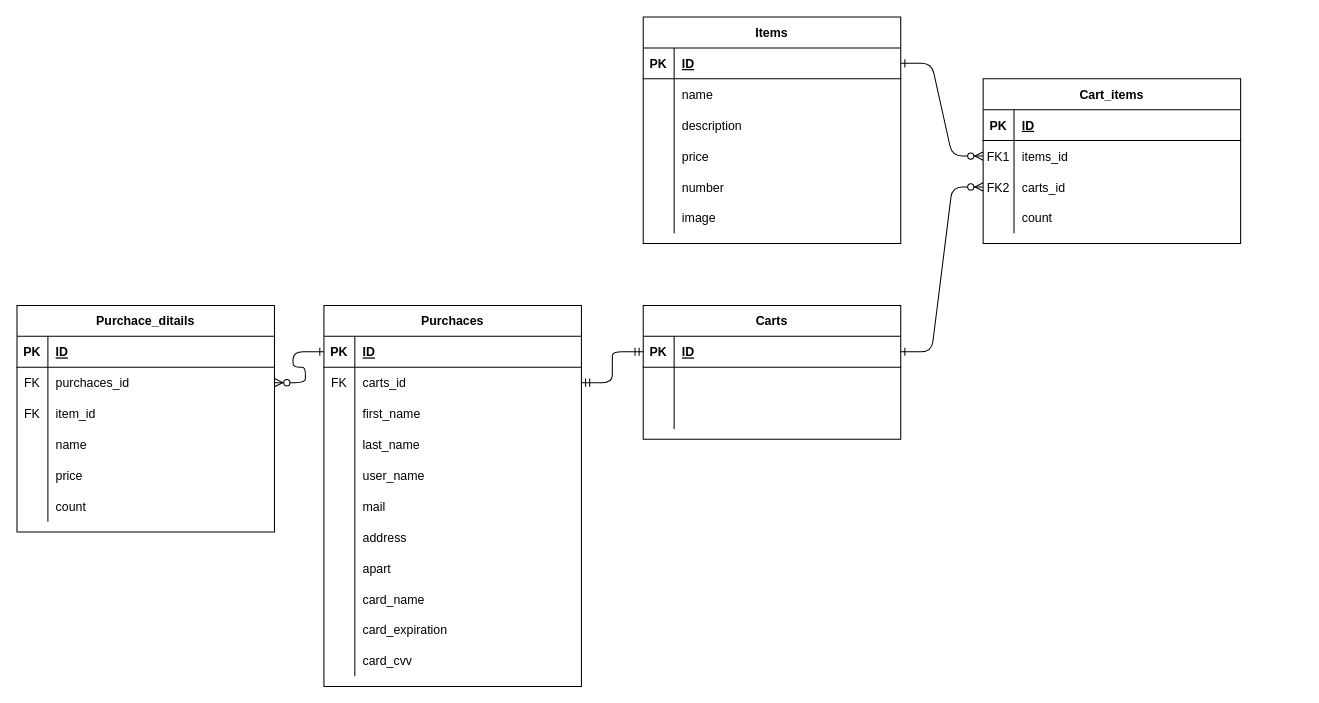
The draw.io diagram ECサイトER.drawio in hie3-336/rails_ec, before the edit. Source tidied: cells renumbered, new cells numbered last; positions are measured from the earlier drawing's top-left corner, leaving out a move shared by most shapes. Both pictures are drawn from the tidied source at 103%, with x=0, y=0 at pixel (16, 16).
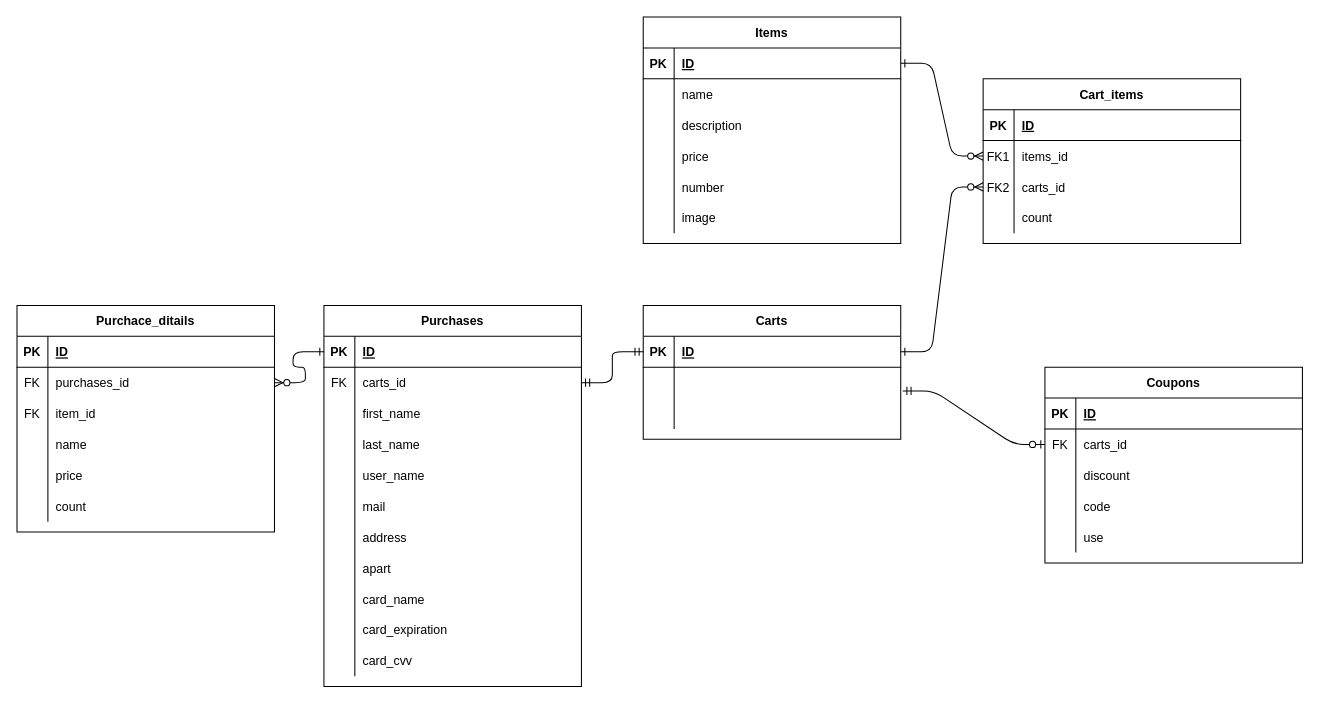
After the change.

Commit message:
ER図をひとまず書く

The change refers to these unchanged cells:
```xml
<mxCell id="21" style="shape=partialRectangle;fillColor=none;points=[[0,0.5],[1,0.5]];portConstraint=eastwest;top=0;left=0;right=0;bottom=0;" parent="17" vertex="1">
  <mxGeometry y="60" width="250" height="30" as="geometry" />
</mxCell>
<mxCell id="85" style="shape=partialRectangle;fillColor=none;points=[[0,0.5],[1,0.5]];portConstraint=eastwest;top=0;left=0;right=0;bottom=0;" parent="81" vertex="1">
  <mxGeometry y="60" width="250" height="30" as="geometry" />
</mxCell>
```

Change to the diagram source:
```diff
@@
-    <mxCell id="46" value="Purchaces" style="shape=table;startSize=30;childLayout=tableLayout;rowLines=0;fontStyle=1;align=center;" parent="1" vertex="1">
+    <mxCell id="46" value="Purchases" style="shape=table;startSize=30;childLayout=tableLayout;rowLines=0;fontStyle=1;align=center;" parent="1" vertex="1">
       <mxGeometry x="298" y="280" width="250" height="370" as="geometry" />
     </mxCell>
@@
-    <mxCell id="87" value="purchaces_id" style="shape=partialRectangle;overflow=hidden;fillColor=none;top=0;left=0;bottom=0;right=0;align=left;spacingLeft=6;" parent="85" vertex="1">
+    <mxCell id="87" value="purchases_id" style="shape=partialRectangle;overflow=hidden;fillColor=none;top=0;left=0;bottom=0;right=0;align=left;spacingLeft=6;" parent="85" vertex="1">
       <mxGeometry x="30" width="220" height="30" as="geometry" />
     </mxCell>
@@
+    <mxCell id="101" style="edgeStyle=entityRelationEdgeStyle;fontSize=12;html=1;endArrow=ERzeroToOne;startArrow=ERmandOne;exitX=1.008;exitY=0.767;exitDx=0;exitDy=0;exitPerimeter=0;entryX=0;entryY=0.5;entryDx=0;entryDy=0;" parent="1" edge="1" source="21" target="106">
+      <mxGeometry relative="1" as="geometry" />
+    </mxCell>
+    <mxCell id="102" value="Coupons" style="shape=table;startSize=30;childLayout=tableLayout;rowLines=0;fontStyle=1;align=center;" parent="1" vertex="1">
+      <mxGeometry x="998" y="340" width="250" height="190" as="geometry" />
+    </mxCell>
+    <mxCell id="103" style="shape=partialRectangle;fillColor=none;top=0;left=0;right=0;bottom=1;" parent="102" vertex="1">
+      <mxGeometry y="30" width="250" height="30" as="geometry" />
+    </mxCell>
+    <mxCell id="104" value="PK" style="shape=partialRectangle;overflow=hidden;fillColor=none;top=0;left=0;bottom=0;right=0;fontStyle=1;" parent="103" vertex="1">
+      <mxGeometry width="30" height="30" as="geometry" />
+    </mxCell>
+    <mxCell id="105" value="ID" style="shape=partialRectangle;overflow=hidden;fillColor=none;top=0;left=0;bottom=0;right=0;align=left;spacingLeft=6;fontStyle=5;" parent="103" vertex="1">
+      <mxGeometry x="30" width="220" height="30" as="geometry" />
+    </mxCell>
+    <mxCell id="106" style="shape=partialRectangle;fillColor=none;points=[[0,0.5],[1,0.5]];portConstraint=eastwest;top=0;left=0;right=0;bottom=0;" parent="102" vertex="1">
+      <mxGeometry y="60" width="250" height="30" as="geometry" />
+    </mxCell>
+    <mxCell id="107" value="FK" style="shape=partialRectangle;overflow=hidden;fillColor=none;top=0;left=0;bottom=0;right=0;" parent="106" vertex="1">
+      <mxGeometry width="30" height="30" as="geometry" />
+    </mxCell>
+    <mxCell id="108" value="carts_id" style="shape=partialRectangle;overflow=hidden;fillColor=none;top=0;left=0;bottom=0;right=0;align=left;spacingLeft=6;" parent="106" vertex="1">
+      <mxGeometry x="30" width="220" height="30" as="geometry" />
+    </mxCell>
+    <mxCell id="109" style="shape=partialRectangle;fillColor=none;top=0;left=0;right=0;bottom=0;" parent="102" vertex="1">
+      <mxGeometry y="90" width="250" height="30" as="geometry" />
+    </mxCell>
+    <mxCell id="110" style="shape=partialRectangle;overflow=hidden;fillColor=none;top=0;left=0;bottom=0;right=0;" parent="109" vertex="1">
+      <mxGeometry width="30" height="30" as="geometry" />
+    </mxCell>
+    <mxCell id="111" value="discount" style="shape=partialRectangle;overflow=hidden;fillColor=none;top=0;left=0;bottom=0;right=0;align=left;spacingLeft=6;" parent="109" vertex="1">
+      <mxGeometry x="30" width="220" height="30" as="geometry" />
+    </mxCell>
+    <mxCell id="112" style="shape=partialRectangle;fillColor=none;top=0;left=0;right=0;bottom=0;" parent="102" vertex="1">
+      <mxGeometry y="120" width="250" height="30" as="geometry" />
+    </mxCell>
+    <mxCell id="113" style="shape=partialRectangle;overflow=hidden;fillColor=none;top=0;left=0;bottom=0;right=0;" parent="112" vertex="1">
+      <mxGeometry width="30" height="30" as="geometry" />
+    </mxCell>
+    <mxCell id="114" value="code" style="shape=partialRectangle;overflow=hidden;fillColor=none;top=0;left=0;bottom=0;right=0;align=left;spacingLeft=6;" parent="112" vertex="1">
+      <mxGeometry x="30" width="220" height="30" as="geometry" />
+    </mxCell>
+    <mxCell id="115" style="shape=partialRectangle;fillColor=none;top=0;left=0;right=0;bottom=0;" parent="102" vertex="1">
+      <mxGeometry y="150" width="250" height="30" as="geometry" />
+    </mxCell>
+    <mxCell id="116" style="shape=partialRectangle;overflow=hidden;fillColor=none;top=0;left=0;bottom=0;right=0;" parent="115" vertex="1">
+      <mxGeometry width="30" height="30" as="geometry" />
+    </mxCell>
+    <mxCell id="117" value="use" style="shape=partialRectangle;overflow=hidden;fillColor=none;top=0;left=0;bottom=0;right=0;align=left;spacingLeft=6;" parent="115" vertex="1">
+      <mxGeometry x="30" width="220" height="30" as="geometry" />
+    </mxCell>
```
